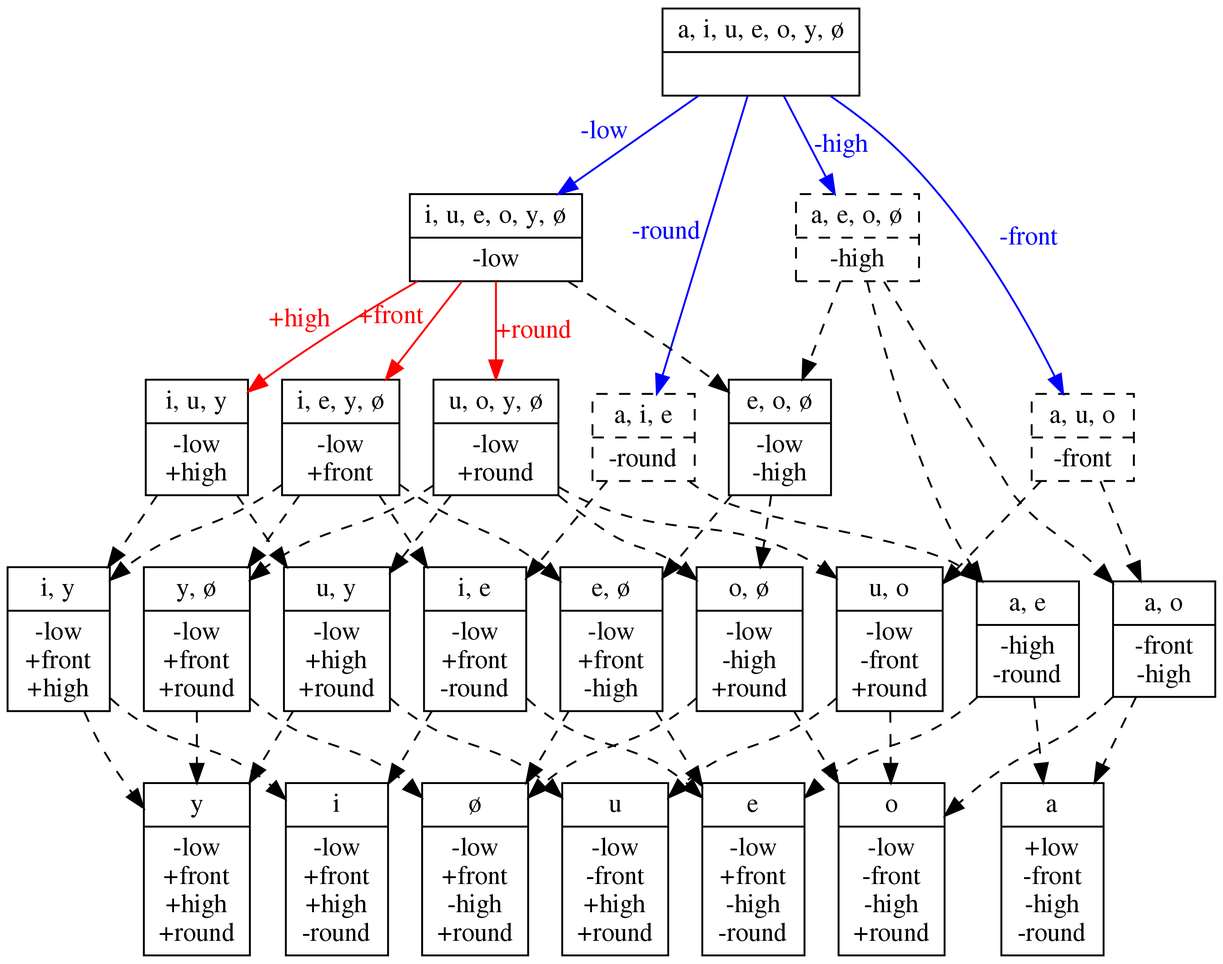
The Graphviz diagram squib/diagrams/vowel_inventory_full_TOPOLOGICAL.png in rdaland/Pheatures, before a commit. Its source is kept beside it as squib/diagrams/vowel_inventory_full_TOPOLOGICAL.gv.
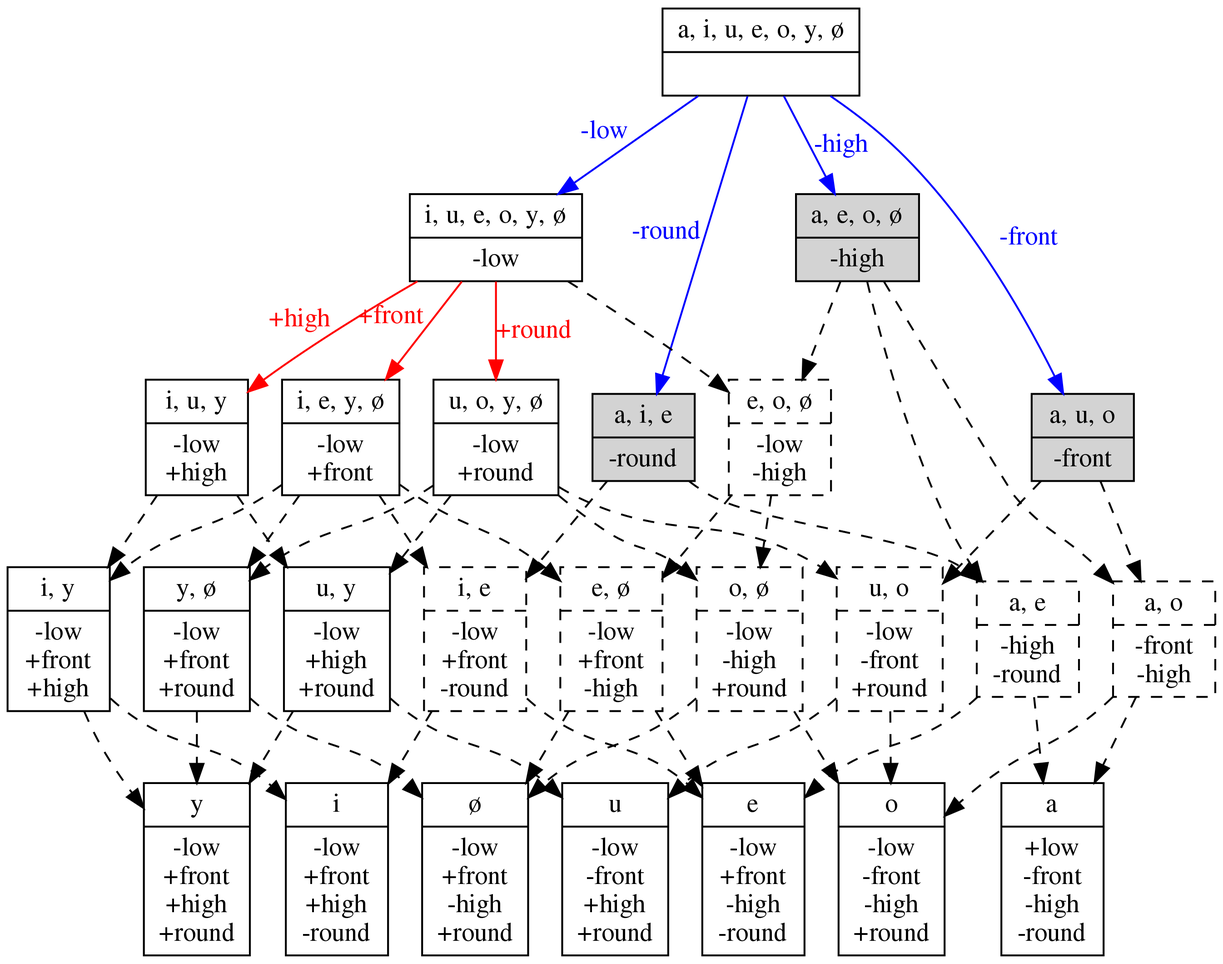
The same diagram one commit later.

The edit, as a diff of the source:
```diff
@@ -15,16 +15,16 @@
 	12 [label="{<segs> y, ø |<feats> -low\n+front\n+round }",shape=record]
 	13 [label="{<segs> i, y |<feats> -low\n+front\n+high }",shape=record]
 	14 [label="{<segs> u, y |<feats> -low\n+high\n+round }",shape=record]
-	15 [label="{<segs> a, u, o |<feats> -front }",shape=record,style=dashed]
-	16 [label="{<segs> u, o |<feats> -low\n-front\n+round }",shape=record]
-	17 [label="{<segs> a, i, e |<feats> -round }",shape=record,style=dashed]
-	18 [label="{<segs> i, e |<feats> -low\n+front\n-round }",shape=record]
-	19 [label="{<segs> a, e, o, ø |<feats> -high }",shape=record,style=dashed]
-	20 [label="{<segs> e, o, ø |<feats> -low\n-high }",shape=record]
-	21 [label="{<segs> e, ø |<feats> -low\n+front\n-high }",shape=record]
-	22 [label="{<segs> o, ø |<feats> -low\n-high\n+round }",shape=record]
-	23 [label="{<segs> a, o |<feats> -front\n-high }",shape=record]
-	24 [label="{<segs> a, e |<feats> -high\n-round }",shape=record]
+	15 [label="{<segs> a, u, o |<feats> -front }",shape=record,style=filled]
+	16 [label="{<segs> u, o |<feats> -low\n-front\n+round }",shape=record, style=dashed]
+	17 [label="{<segs> a, i, e |<feats> -round }",shape=record,style=filled]
+	18 [label="{<segs> i, e |<feats> -low\n+front\n-round }",shape=record, style=dashed]
+	19 [label="{<segs> a, e, o, ø |<feats> -high }",shape=record,style=filled]
+	20 [label="{<segs> e, o, ø |<feats> -low\n-high }",shape=record, style=dashed]
+	21 [label="{<segs> e, ø |<feats> -low\n+front\n-high }",shape=record, style=dashed]
+	22 [label="{<segs> o, ø |<feats> -low\n-high\n+round }",shape=record, style=dashed]
+	23 [label="{<segs> a, o |<feats> -front\n-high }",shape=record, style=dashed]
+	24 [label="{<segs> a, e |<feats> -high\n-round }",shape=record, style=dashed]
 
 	0 -> 1 [xlabel="-low",fontcolor=blue,color=blue]
 	0 -> 15 [label="-front",fontcolor=blue,color=blue]
```
